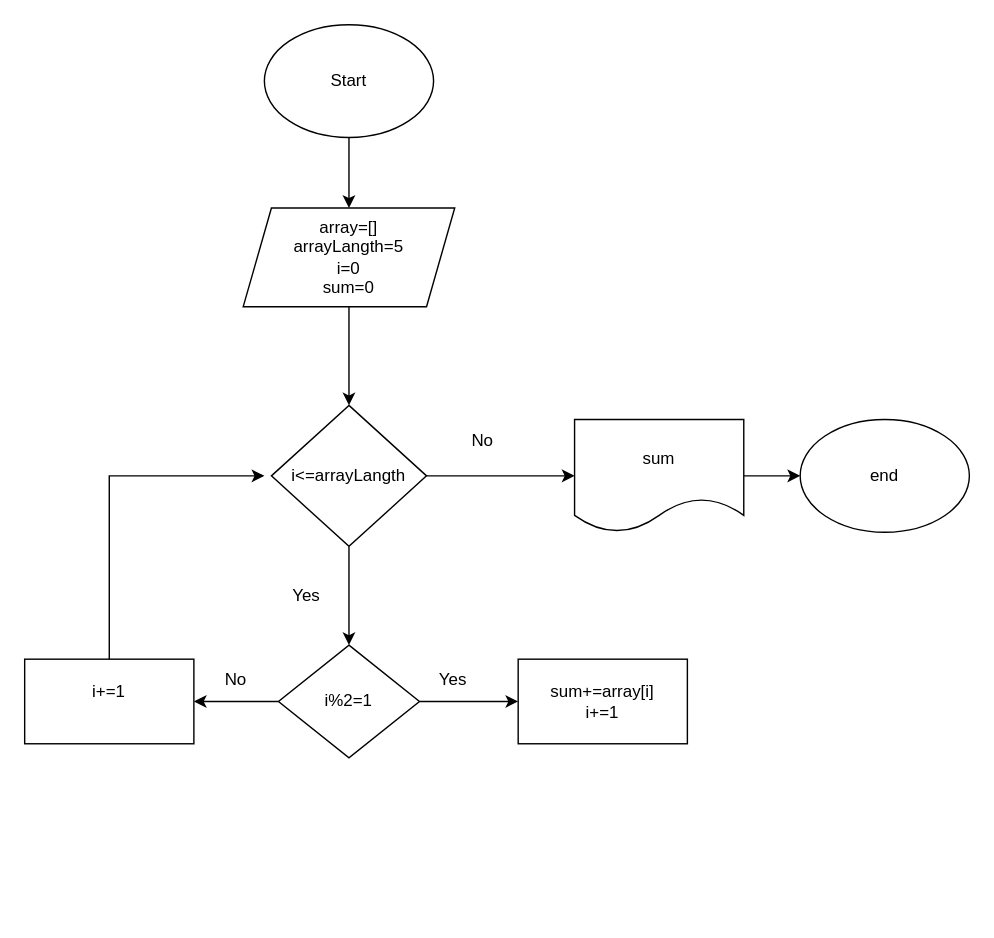
Dioneer/Flowcharts keeps this draw.io diagram as odd index.drawio. Above is the earlier version. Source tidied: cells renumbered, new cells numbered last; positions are measured from the earlier drawing's top-left corner, leaving out a move shared by most shapes. Both pictures are drawn from the tidied source at 141%, with x=0, y=0 at pixel (24, 24).
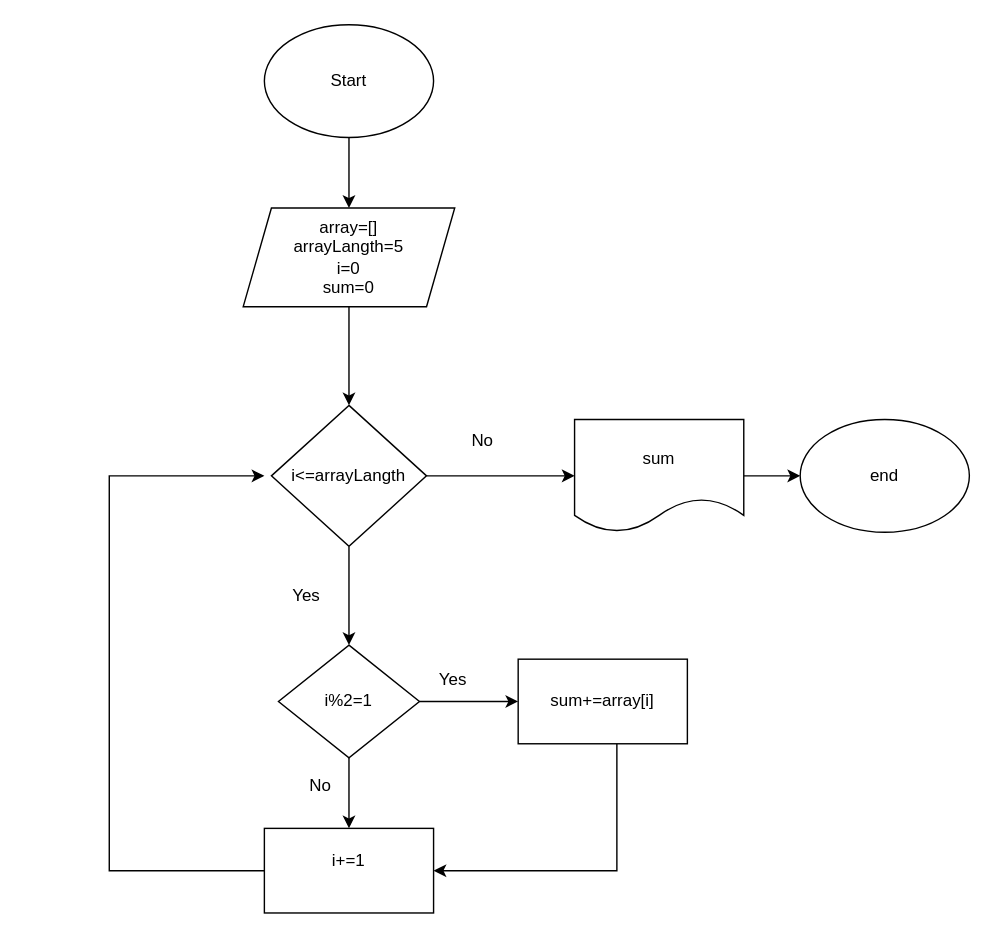
Above is the later version.

Diff of the diagram source:
```diff
@@
+    <mxCell id="22" style="edgeStyle=orthogonalEdgeStyle;rounded=0;jettySize=auto;html=1;entryX=1;entryY=0.5;entryDx=0;entryDy=0;" parent="1" edge="1" source="9" target="11">
+      <mxGeometry relative="1" as="geometry">
+        <Array as="points">
+          <mxPoint x="420" y="600" />
+        </Array>
+      </mxGeometry>
+    </mxCell>
-    <mxCell id="9" value="&lt;div&gt;sum+=array[i]&lt;/div&gt;i+=1" style="rounded=0;whiteSpace=wrap;html=1;" parent="1" vertex="1">
+    <mxCell id="9" value="&lt;div&gt;sum+=array[i]&lt;/div&gt;" style="rounded=0;whiteSpace=wrap;html=1;" parent="1" vertex="1">
       <mxGeometry x="350" y="450" width="120" height="60" as="geometry" />
     </mxCell>
@@
     <mxCell id="11" value="&#10;i+=1&#10;&#10;" style="rounded=0;whiteSpace=wrap;html=1;" parent="1" vertex="1">
-      <mxGeometry y="450" width="120" height="60" as="geometry" />
+      <mxGeometry x="170" y="570" width="120" height="60" as="geometry" />
     </mxCell>
@@
     <mxCell id="20" value="No" style="text;html=1;strokeColor=none;fillColor=none;align=center;verticalAlign=middle;whiteSpace=wrap;rounded=0;" parent="1" vertex="1">
-      <mxGeometry x="120" y="450" width="60" height="30" as="geometry" />
+      <mxGeometry x="180" y="525" width="60" height="30" as="geometry" />
     </mxCell>
```
